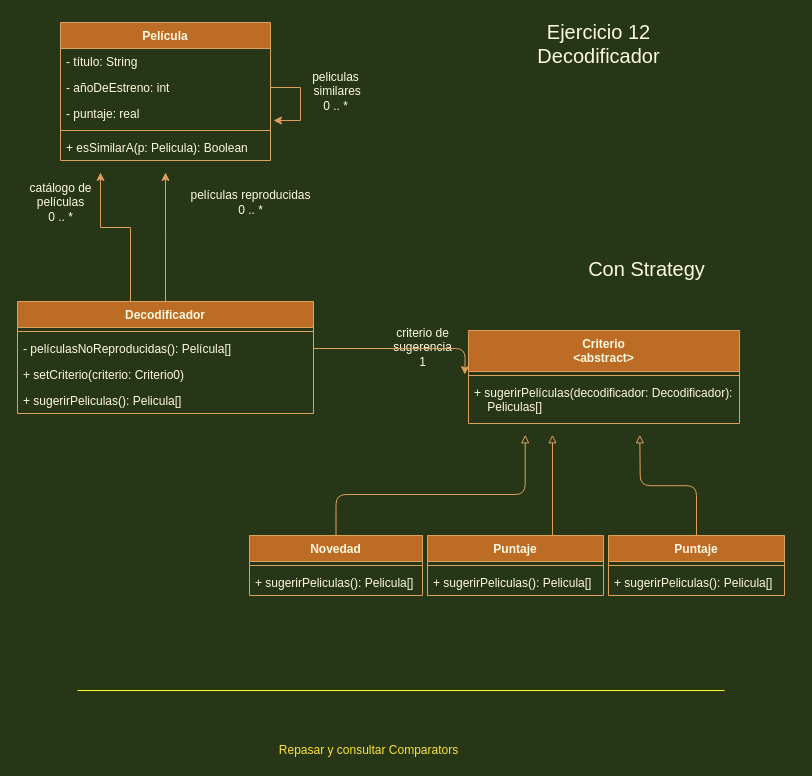
The draw.io diagram Diagramas/oo2_ej12-Decodificador.drawio in Numa-diazdiva/OO2-ejercicios, before the edit. Source tidied: cells renumbered, new cells numbered last; positions are measured from the earlier drawing's top-left corner, leaving out a move shared by most shapes. Both pictures are drawn from the tidied source at 100%, with x=0, y=0 at pixel (17, 17).
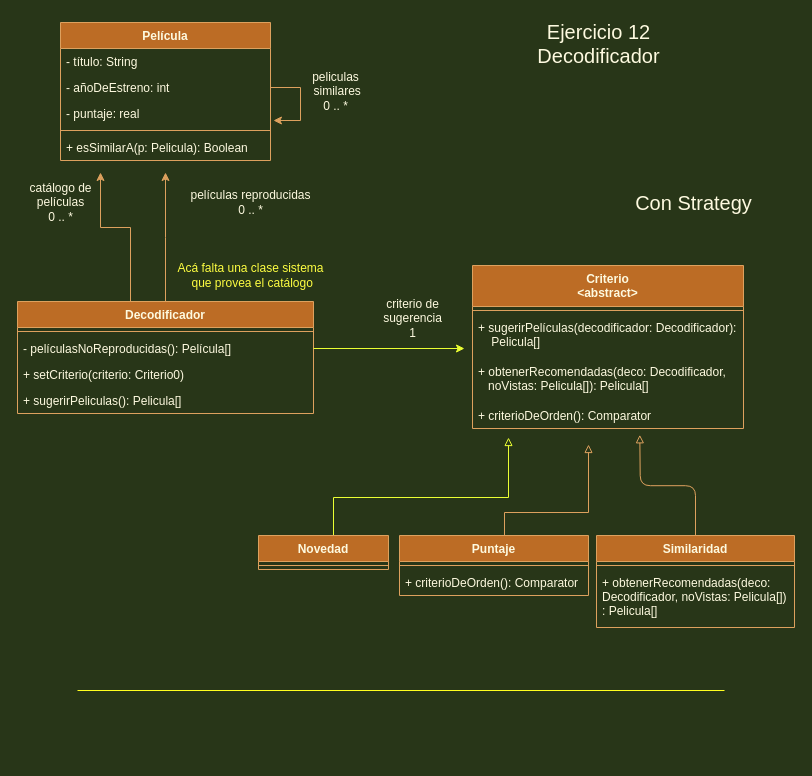
Above is the later version.

The change refers to these unchanged cells:
```xml
<mxCell id="13" value="- películasNoReproducidas(): Película[]" style="text;strokeColor=none;fillColor=none;align=left;verticalAlign=top;spacingLeft=4;spacingRight=4;overflow=hidden;points=[[0,0.5],[1,0.5]];portConstraint=eastwest;fontColor=#FEFAE0;" parent="11" vertex="1">
  <mxGeometry y="34" width="296" height="26" as="geometry" />
</mxCell>
```

Diff of the diagram source:
```diff
@@
     <mxCell id="20" value="&lt;font style=&quot;font-size: 20px;&quot;&gt;Con Strategy&lt;/font&gt;" style="text;html=1;align=center;verticalAlign=middle;strokeColor=none;fillColor=none;fontColor=#FEFAE0;" parent="1" vertex="1">
-      <mxGeometry x="565" y="240" width="127" height="21" as="geometry" />
+      <mxGeometry x="612" y="174.5" width="127" height="21" as="geometry" />
     </mxCell>
     <mxCell id="21" value="Criterio&#10;&lt;abstract&gt;" style="swimlane;fontStyle=1;align=center;verticalAlign=top;horizontal=1;startSize=41;rounded=0;sketch=0;fontColor=#FEFAE0;strokeColor=#DDA15E;fillColor=#BC6C25;" parent="1" vertex="1">
-      <mxGeometry x="451" y="313" width="271" height="93" as="geometry" />
+      <mxGeometry x="455" y="248" width="271" height="163" as="geometry" />
     </mxCell>
@@
-    <mxCell id="23" value="+ sugerirPelículas(decodificador: Decodificador):&#10;    Peliculas[]" style="text;strokeColor=none;fillColor=none;align=left;verticalAlign=top;spacingLeft=4;spacingRight=4;overflow=hidden;rounded=0;sketch=0;fontColor=#FEFAE0;" parent="21" vertex="1">
+    <mxCell id="23" value="+ sugerirPelículas(decodificador: Decodificador):&#10;    Pelicula[]" style="text;strokeColor=none;fillColor=none;align=left;verticalAlign=top;spacingLeft=4;spacingRight=4;overflow=hidden;rounded=0;sketch=0;fontColor=#FEFAE0;" parent="21" vertex="1">
       <mxGeometry y="49" width="271" height="44" as="geometry" />
     </mxCell>
+    <mxCell id="40" value="+ obtenerRecomendadas(deco: Decodificador,&#10;   noVistas: Pelicula[]): Pelicula[]" style="text;strokeColor=none;fillColor=none;align=left;verticalAlign=top;spacingLeft=4;spacingRight=4;overflow=hidden;rounded=0;sketch=0;fontColor=#FEFAE0;" parent="21" vertex="1">
+      <mxGeometry y="93" width="271" height="44" as="geometry" />
+    </mxCell>
+    <mxCell id="41" value="+ criterioDeOrden(): Comparator" style="text;strokeColor=none;fillColor=none;align=left;verticalAlign=top;spacingLeft=4;spacingRight=4;overflow=hidden;fontColor=#FEFAE0;" parent="21" vertex="1">
+      <mxGeometry y="137" width="271" height="26" as="geometry" />
+    </mxCell>
     <mxCell id="24" value="criterio de &lt;br&gt;sugerencia&lt;br&gt;1" style="text;html=1;align=center;verticalAlign=middle;strokeColor=none;fillColor=none;fontColor=#FEFAE0;" parent="1" vertex="1">
-      <mxGeometry x="370" y="307" width="69" height="46" as="geometry" />
+      <mxGeometry x="360" y="278" width="69" height="46" as="geometry" />
     </mxCell>
-    <mxCell id="25" style="edgeStyle=orthogonalEdgeStyle;curved=0;rounded=1;sketch=0;jettySize=auto;html=1;fontColor=#FEFAE0;strokeColor=#DDA15E;fillColor=#BC6C25;labelBackgroundColor=#283618;" parent="1" edge="1" source="13">
-      <mxGeometry relative="1" as="geometry">
-        <mxPoint x="447.3" y="357" as="targetPoint" />
-      </mxGeometry>
-    </mxCell>
@@
-    <mxCell id="27" style="edgeStyle=orthogonalEdgeStyle;rounded=1;sketch=0;jettySize=auto;html=1;fontColor=#FEE43A;endArrow=block;endFill=0;strokeColor=#DDA15E;fillColor=#BC6C25;" parent="1" edge="1" source="28">
-      <mxGeometry relative="1" as="geometry">
-        <mxPoint x="507.7" y="417.3" as="targetPoint" />
-        <Array as="points">
-          <mxPoint x="318" y="477" />
-          <mxPoint x="508" y="477" />
-        </Array>
-      </mxGeometry>
-    </mxCell>
+    <mxCell id="42" style="edgeStyle=orthogonalEdgeStyle;rounded=0;jettySize=auto;html=1;fontColor=#FFFF42;strokeColor=#EBFF33;endArrow=block;endFill=0;" parent="1" edge="1" source="28">
+      <mxGeometry relative="1" as="geometry">
+        <mxPoint x="491" y="420" as="targetPoint" />
+        <Array as="points">
+          <mxPoint x="316" y="480" />
+          <mxPoint x="491" y="480" />
+        </Array>
+      </mxGeometry>
+    </mxCell>
     <mxCell id="28" value="Novedad" style="swimlane;fontStyle=1;align=center;verticalAlign=top;horizontal=1;startSize=26;fillColor=#BC6C25;strokeColor=#DDA15E;fontColor=#FEFAE0;" parent="1" vertex="1">
-      <mxGeometry x="232" y="518" width="173" height="60" as="geometry" />
+      <mxGeometry x="241" y="518" width="130" height="34" as="geometry" />
     </mxCell>
     <mxCell id="29" style="line;strokeWidth=1;fillColor=none;align=left;verticalAlign=middle;spacingTop=-1;spacingLeft=3;spacingRight=3;labelPosition=right;strokeColor=#DDA15E;fontColor=#FEFAE0;labelBackgroundColor=#283618;" parent="28" vertex="1">
-      <mxGeometry y="26" width="173" height="8" as="geometry" />
+      <mxGeometry y="26" width="130" height="8" as="geometry" />
     </mxCell>
-    <mxCell id="30" value="+ sugerirPeliculas(): Pelicula[]" style="text;strokeColor=none;fillColor=none;align=left;verticalAlign=top;spacingLeft=4;spacingRight=4;overflow=hidden;fontColor=#FEFAE0;" parent="28" vertex="1">
-      <mxGeometry y="34" width="173" height="26" as="geometry" />
-    </mxCell>
-    <mxCell id="31" style="edgeStyle=orthogonalEdgeStyle;rounded=1;sketch=0;orthogonalLoop=1;jettySize=auto;html=1;fontColor=#FEE43A;endArrow=block;endFill=0;strokeColor=#DDA15E;fillColor=#BC6C25;" parent="1" edge="1">
-      <mxGeometry relative="1" as="geometry">
-        <mxPoint x="535" y="523" as="sourcePoint" />
-        <mxPoint x="535" y="417.3" as="targetPoint" />
-      </mxGeometry>
-    </mxCell>
+    <mxCell id="43" style="edgeStyle=orthogonalEdgeStyle;rounded=0;jettySize=auto;html=1;fontColor=#FFFF42;endArrow=block;endFill=0;strokeColor=#DDA15E;" parent="1" edge="1" source="32">
+      <mxGeometry relative="1" as="geometry">
+        <mxPoint x="571" y="427" as="targetPoint" />
+        <Array as="points">
+          <mxPoint x="487" y="495" />
+          <mxPoint x="571" y="495" />
+        </Array>
+      </mxGeometry>
+    </mxCell>
     <mxCell id="32" value="Puntaje" style="swimlane;fontStyle=1;align=center;verticalAlign=top;horizontal=1;startSize=26;fillColor=#BC6C25;strokeColor=#DDA15E;fontColor=#FEFAE0;" parent="1" vertex="1">
-      <mxGeometry x="410" y="518" width="176" height="60" as="geometry" />
+      <mxGeometry x="382" y="518" width="189" height="60" as="geometry" />
     </mxCell>
     <mxCell id="33" style="line;strokeWidth=1;fillColor=none;align=left;verticalAlign=middle;spacingTop=-1;spacingLeft=3;spacingRight=3;labelPosition=right;strokeColor=#DDA15E;fontColor=#FEFAE0;labelBackgroundColor=#283618;" parent="32" vertex="1">
-      <mxGeometry y="26" width="176" height="8" as="geometry" />
+      <mxGeometry y="26" width="189" height="8" as="geometry" />
     </mxCell>
-    <mxCell id="34" value="+ sugerirPeliculas(): Pelicula[]" style="text;strokeColor=none;fillColor=none;align=left;verticalAlign=top;spacingLeft=4;spacingRight=4;overflow=hidden;fontColor=#FEFAE0;" parent="32" vertex="1">
-      <mxGeometry y="34" width="176" height="26" as="geometry" />
-    </mxCell>
+    <mxCell id="44" value="+ criterioDeOrden(): Comparator" style="text;strokeColor=none;fillColor=none;align=left;verticalAlign=top;spacingLeft=4;spacingRight=4;overflow=hidden;fontColor=#FEFAE0;" parent="32" vertex="1">
+      <mxGeometry y="34" width="189" height="26" as="geometry" />
+    </mxCell>
@@
-    <mxCell id="36" value="Puntaje" style="swimlane;fontStyle=1;align=center;verticalAlign=top;horizontal=1;startSize=26;fillColor=#BC6C25;strokeColor=#DDA15E;fontColor=#FEFAE0;" parent="1" vertex="1">
-      <mxGeometry x="591" y="518" width="176" height="60" as="geometry" />
+    <mxCell id="36" value="Similaridad" style="swimlane;fontStyle=1;align=center;verticalAlign=top;horizontal=1;startSize=26;fillColor=#BC6C25;strokeColor=#DDA15E;fontColor=#FEFAE0;" parent="1" vertex="1">
+      <mxGeometry x="579" y="518" width="198" height="92" as="geometry" />
     </mxCell>
     <mxCell id="37" style="line;strokeWidth=1;fillColor=none;align=left;verticalAlign=middle;spacingTop=-1;spacingLeft=3;spacingRight=3;labelPosition=right;strokeColor=#DDA15E;fontColor=#FEFAE0;labelBackgroundColor=#283618;" parent="36" vertex="1">
-      <mxGeometry y="26" width="176" height="8" as="geometry" />
+      <mxGeometry y="26" width="198" height="8" as="geometry" />
     </mxCell>
-    <mxCell id="38" value="+ sugerirPeliculas(): Pelicula[]" style="text;strokeColor=none;fillColor=none;align=left;verticalAlign=top;spacingLeft=4;spacingRight=4;overflow=hidden;fontColor=#FEFAE0;" parent="36" vertex="1">
-      <mxGeometry y="34" width="176" height="26" as="geometry" />
+    <mxCell id="38" value="+ obtenerRecomendadas(deco:&#10;Decodificador, noVistas: Pelicula[])&#10;: Pelicula[]" style="text;strokeColor=none;fillColor=none;align=left;verticalAlign=top;spacingLeft=4;spacingRight=4;overflow=hidden;fontColor=#FEFAE0;" parent="36" vertex="1">
+      <mxGeometry y="34" width="198" height="58" as="geometry" />
     </mxCell>
-    <mxCell id="39" value="Repasar y consultar Comparators" style="text;html=1;align=center;verticalAlign=middle;strokeColor=none;fillColor=none;fontColor=#FEE43A;" parent="1" vertex="1">
-      <mxGeometry x="256" y="724" width="189" height="18" as="geometry" />
-    </mxCell>
+    <mxCell id="45" value="Acá falta una clase sistema&lt;br&gt;&amp;nbsp;que provea el catálogo" style="text;html=1;align=center;verticalAlign=middle;strokeColor=none;fillColor=none;fontColor=#FFFF42;" parent="1" vertex="1">
+      <mxGeometry x="155" y="242" width="156" height="32" as="geometry" />
+    </mxCell>
+    <mxCell id="46" style="edgeStyle=orthogonalEdgeStyle;rounded=0;jettySize=auto;html=1;fontColor=#FFFF42;strokeColor=#EBFF33;" parent="1" edge="1" source="13">
+      <mxGeometry relative="1" as="geometry">
+        <mxPoint x="447" y="331" as="targetPoint" />
+      </mxGeometry>
+    </mxCell>
```
